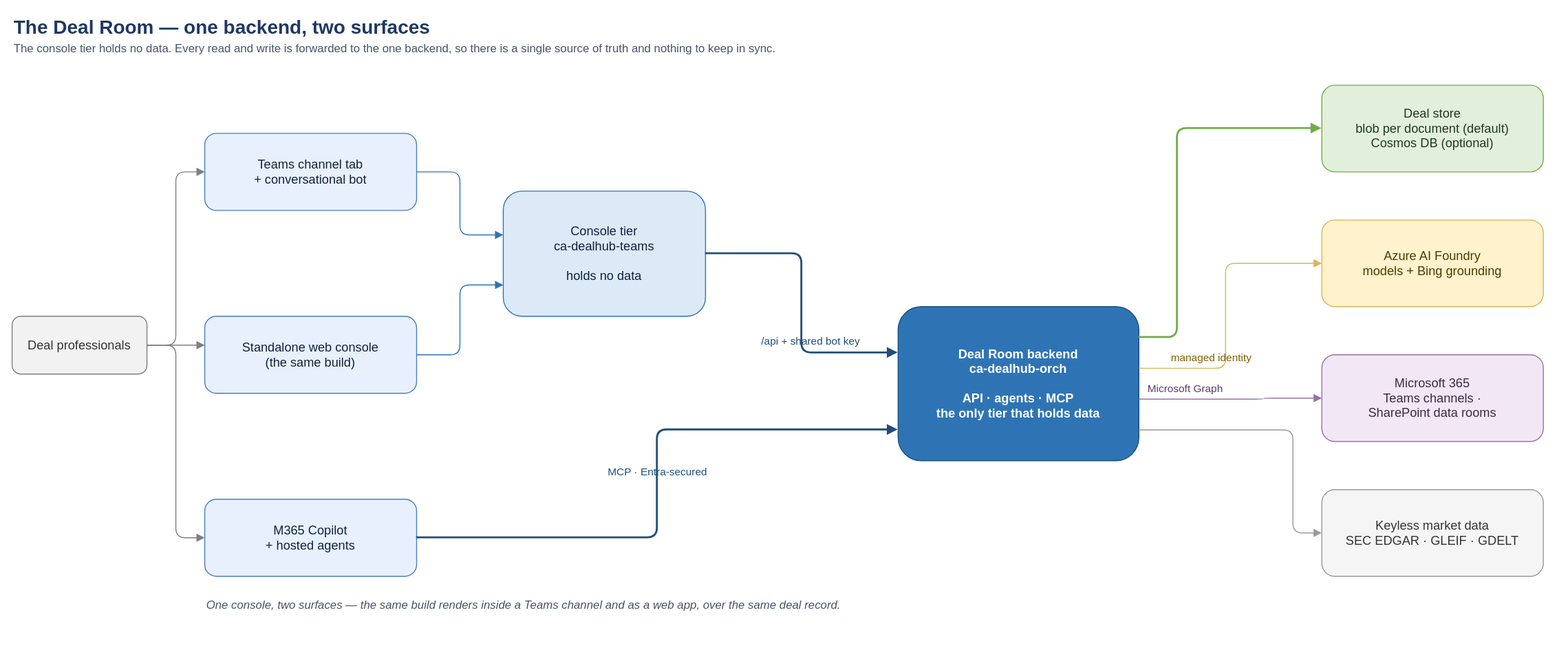
This is docs/diagrams/how-it-fits-together.svg from amitdesai08/private-markets-deal-room, a draw.io export, as it was before one commit. Source tidied: cells renumbered, new cells last; positions are measured from the earlier drawing's top-left corner, leaving out a move shared by most shapes.
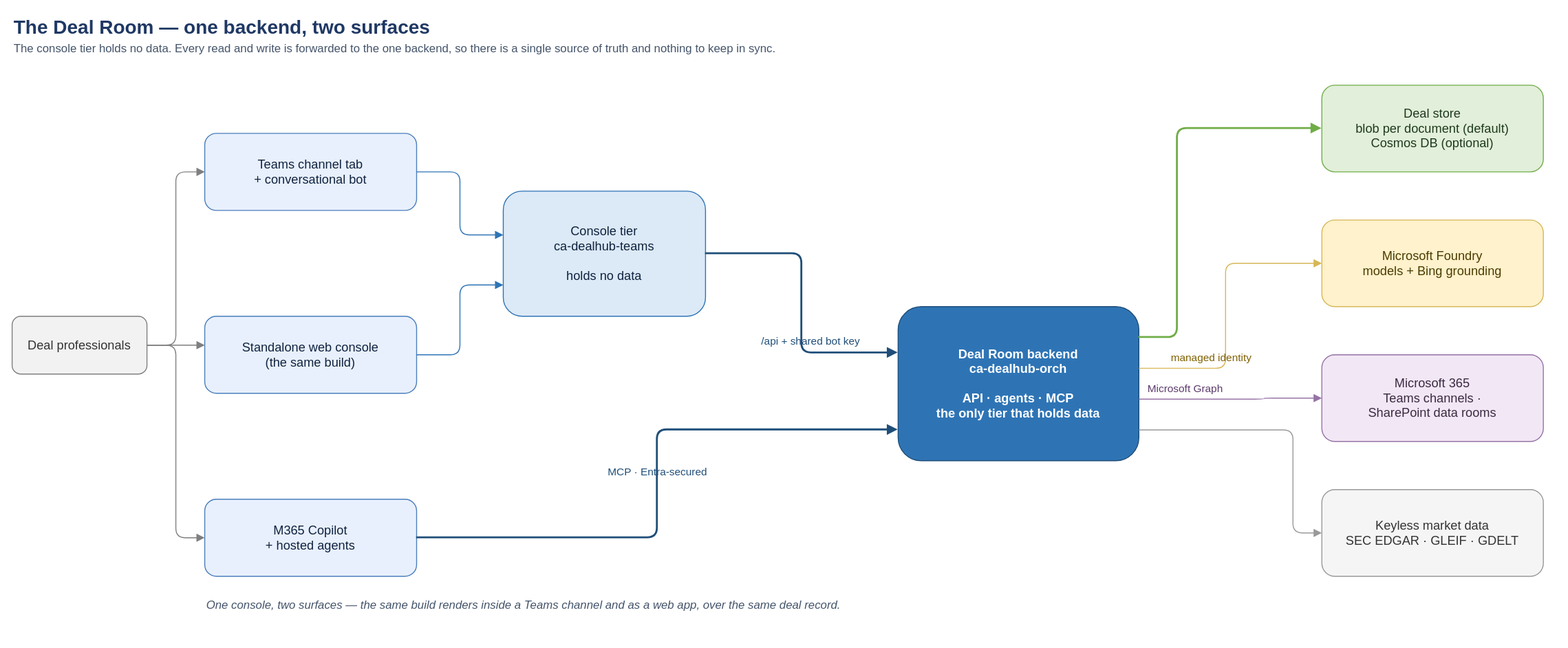
The same diagram one commit later.

The edit, as a diff of the source:
```diff
@@ -29,7 +29,7 @@
     <mxCell id="10" value="Deal store&#10;blob per document (default)&#10;Cosmos DB (optional)" style="rounded=1;whiteSpace=wrap;html=1;fillColor=#E2EFDA;strokeColor=#70AD47;fontColor=#1E3A1E;fontSize=13;" parent="1" vertex="1">
       <mxGeometry x="1360" y="76" width="230" height="90" as="geometry" />
     </mxCell>
-    <mxCell id="11" value="Azure AI Foundry&#10;models + Bing grounding" style="rounded=1;whiteSpace=wrap;html=1;fillColor=#FFF2CC;strokeColor=#D6B656;fontColor=#4A3B00;fontSize=13;" parent="1" vertex="1">
+    <mxCell id="11" value="Microsoft Foundry&#10;models + Bing grounding" style="rounded=1;whiteSpace=wrap;html=1;fillColor=#FFF2CC;strokeColor=#D6B656;fontColor=#4A3B00;fontSize=13;" parent="1" vertex="1">
       <mxGeometry x="1360" y="216" width="230" height="90" as="geometry" />
     </mxCell>
     <mxCell id="12" value="Microsoft 365&#10;Teams channels ·&#10;SharePoint data rooms" style="rounded=1;whiteSpace=wrap;html=1;fillColor=#F2E7F5;strokeColor=#9673A6;fontColor=#3B2A42;fontSize=13;" parent="1" vertex="1">
```
